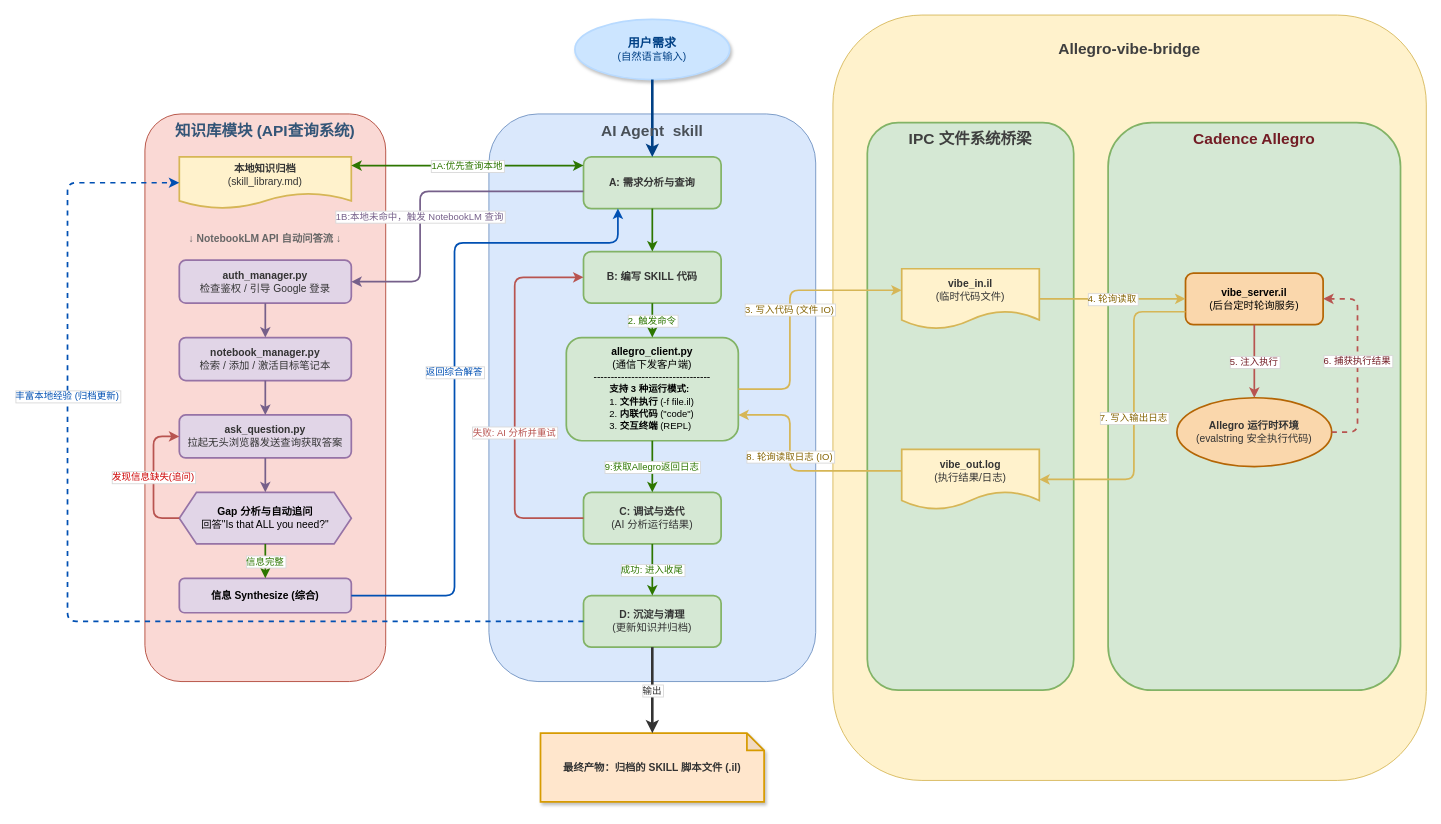
The draw.io diagram allegro_vibe_framework.drawio in DayAlex1/allegro-vibe-bridge, before the edit. Source tidied: cells renumbered, new cells numbered last; positions are measured from the earlier drawing's top-left corner, leaving out a move shared by most shapes. Both pictures are drawn from the tidied source at 86%, with x=0, y=0 at pixel (67, 15).
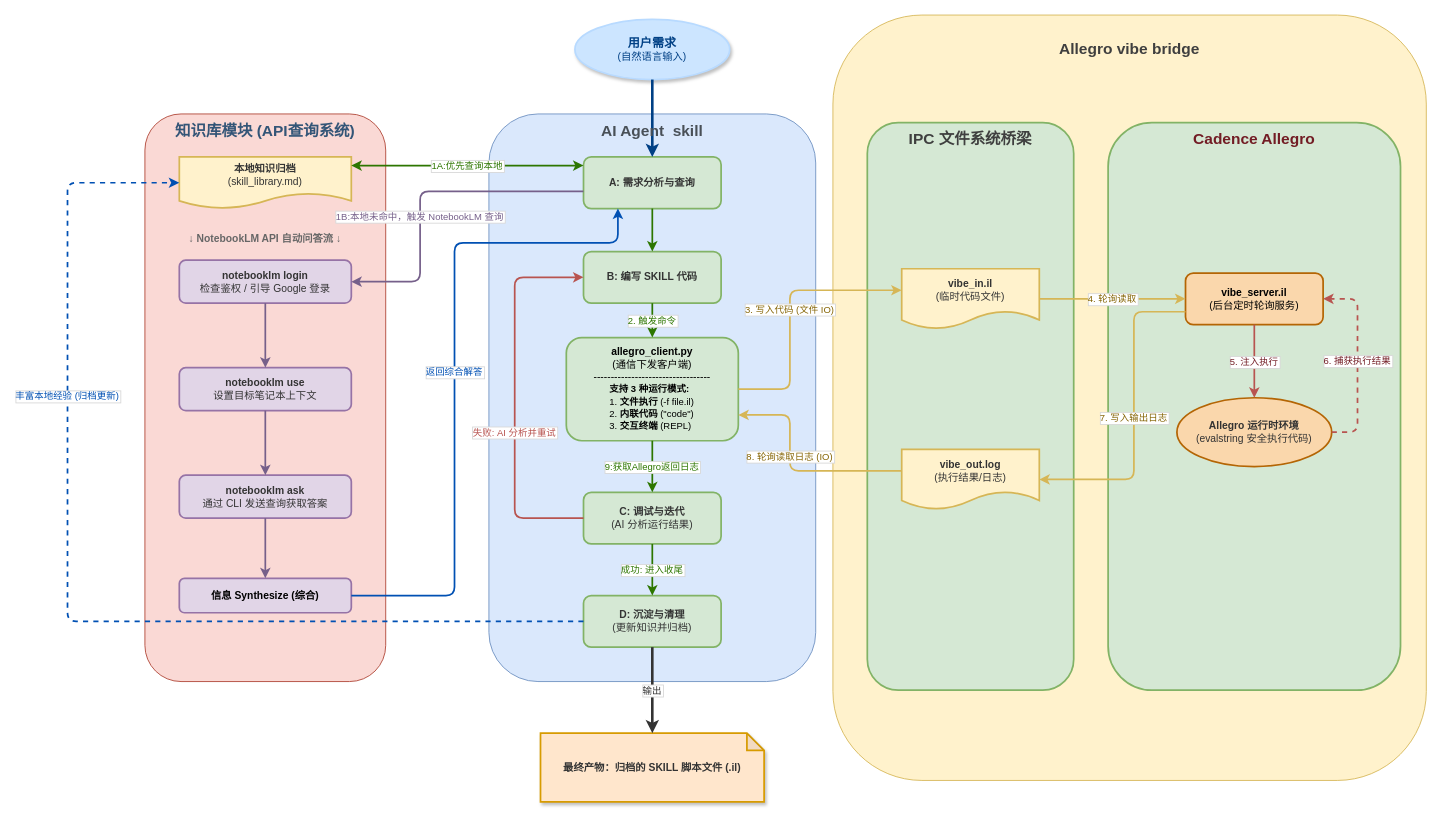
The same diagram, later.

Commit message (it also covers changes not shown here):
chore: migrate tech stack to notebooklm-py and update architecture diagrams

The change refers to these unchanged cells:
```xml
<mxCell id="17" value="&lt;b&gt;信息 Synthesize (综合)&lt;/b&gt;" style="rounded=1;whiteSpace=wrap;html=1;fillColor=#e1d5e7;strokeColor=#9673a6;strokeWidth=2;" parent="1" vertex="1">
  <mxGeometry x="130" y="655" width="200" height="40" as="geometry" />
</mxCell>
```

What changed in the source:
```diff
@@
-    <mxCell id="13" value="&lt;b&gt;auth_manager.py&lt;/b&gt;&lt;br&gt;检查鉴权 / 引导 Google 登录" style="rounded=1;whiteSpace=wrap;html=1;fillColor=#e1d5e7;strokeColor=#9673a6;fontColor=#333333;strokeWidth=2;" parent="1" vertex="1">
+    <mxCell id="13" value="&lt;b&gt;notebooklm login&lt;/b&gt;&lt;br&gt;检查鉴权 / 引导 Google 登录" style="rounded=1;whiteSpace=wrap;html=1;fillColor=#e1d5e7;strokeColor=#9673a6;fontColor=#333333;strokeWidth=2;" parent="1" vertex="1">
       <mxGeometry x="130" y="285" width="200" height="50" as="geometry" />
     </mxCell>
-    <mxCell id="14" value="&lt;b&gt;notebook_manager.py&lt;/b&gt;&lt;br&gt;检索 / 添加 / 激活目标笔记本" style="rounded=1;whiteSpace=wrap;html=1;fillColor=#e1d5e7;strokeColor=#9673a6;fontColor=#333333;strokeWidth=2;" parent="1" vertex="1">
-      <mxGeometry x="130" y="375" width="200" height="50" as="geometry" />
+    <mxCell id="14" value="&lt;b&gt;notebooklm use&lt;/b&gt;&lt;br&gt;设置目标笔记本上下文" style="rounded=1;whiteSpace=wrap;html=1;fillColor=#e1d5e7;strokeColor=#9673a6;fontColor=#333333;strokeWidth=2;" parent="1" vertex="1">
+      <mxGeometry x="130" y="410" width="200" height="50" as="geometry" />
     </mxCell>
-    <mxCell id="15" value="&lt;b&gt;ask_question.py&lt;/b&gt;&lt;br&gt;拉起无头浏览器发送查询获取答案" style="rounded=1;whiteSpace=wrap;html=1;fillColor=#e1d5e7;strokeColor=#9673a6;fontColor=#333333;strokeWidth=2;" parent="1" vertex="1">
-      <mxGeometry x="130" y="465" width="200" height="50" as="geometry" />
+    <mxCell id="15" value="&lt;b&gt;notebooklm ask&lt;/b&gt;&lt;br&gt;通过 CLI 发送查询获取答案" style="rounded=1;whiteSpace=wrap;html=1;fillColor=#e1d5e7;strokeColor=#9673a6;fontColor=#333333;strokeWidth=2;" parent="1" vertex="1">
+      <mxGeometry x="130" y="535" width="200" height="50" as="geometry" />
     </mxCell>
-    <mxCell id="16" value="&lt;b&gt;Gap 分析与自动追问&lt;/b&gt;&lt;br&gt;回答&quot;Is that ALL you need?&quot;" style="shape=hexagon;perimeter=hexagonPerimeter2;whiteSpace=wrap;html=1;fixedSize=1;fillColor=#e1d5e7;strokeColor=#9673a6;strokeWidth=2;" parent="1" vertex="1">
-      <mxGeometry x="130" y="555" width="200" height="60" as="geometry" />
-    </mxCell>
@@
-    <mxCell id="30" style="edgeStyle=orthogonalEdgeStyle;rounded=1;strokeColor=#76608A;strokeWidth=2;" parent="1" edge="1" source="15" target="16">
+    <mxCell id="30" style="edgeStyle=orthogonalEdgeStyle;rounded=1;strokeColor=#76608A;strokeWidth=2;entryX=0.5;entryY=0;entryDx=0;entryDy=0;" parent="1" edge="1" source="15" target="17">
       <mxGeometry relative="1" as="geometry" />
     </mxCell>
-    <mxCell id="31" value="发现信息缺失(追问)" style="edgeStyle=orthogonalEdgeStyle;rounded=1;strokeColor=#B85450;strokeWidth=2;fontColor=#CC0000;labelBackgroundColor=#ffffff;labelBorderColor=#d7d7d7;" parent="1" edge="1" source="16" target="15">
-      <mxGeometry relative="1" as="geometry">
-        <Array as="points">
-          <mxPoint x="100" y="585" />
-          <mxPoint x="100" y="490" />
-        </Array>
-      </mxGeometry>
-    </mxCell>
-    <mxCell id="32" value="信息完整" style="edgeStyle=orthogonalEdgeStyle;rounded=1;strokeColor=#2D7600;strokeWidth=2;fontColor=#2D7600;labelBackgroundColor=#ffffff;labelBorderColor=#d7d7d7;" parent="1" edge="1" source="16" target="17">
-      <mxGeometry relative="1" as="geometry" />
-    </mxCell>
@@
-    <mxCell id="51" value="&lt;b style=&quot;color: rgb(63, 63, 63); scrollbar-color: rgb(226, 226, 226) rgb(251, 251, 251);&quot;&gt;&lt;font style=&quot;color: rgb(63, 63, 63); scrollbar-color: rgb(226, 226, 226) rgb(251, 251, 251); font-size: 18px;&quot;&gt;Allegro-vibe-bridge&lt;/font&gt;&lt;/b&gt;" style="text;html=1;strokeColor=none;fillColor=none;align=center;verticalAlign=middle;whiteSpace=wrap;rounded=0;" parent="1" vertex="1">
+    <mxCell id="51" value="&lt;b style=&quot;color: rgb(63, 63, 63); scrollbar-color: rgb(226, 226, 226) rgb(251, 251, 251);&quot;&gt;&lt;font style=&quot;color: rgb(63, 63, 63); scrollbar-color: rgb(226, 226, 226) rgb(251, 251, 251); font-size: 18px;&quot;&gt;Allegro vibe bridge&lt;/font&gt;&lt;/b&gt;" style="text;html=1;strokeColor=none;fillColor=none;align=center;verticalAlign=middle;whiteSpace=wrap;rounded=0;" parent="1" vertex="1">
       <mxGeometry x="1145" y="20" width="180" height="40" as="geometry" />
     </mxCell>
```
